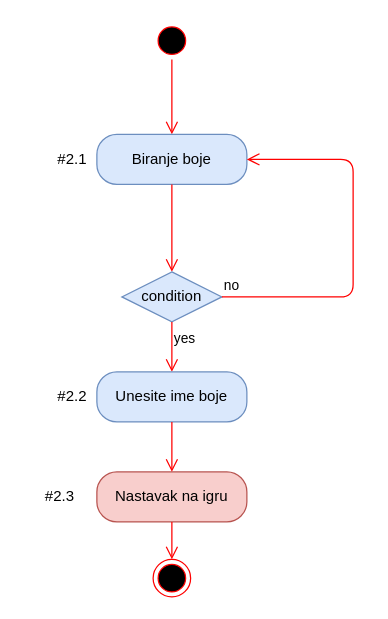
andjelapehar/Covjece-ne-ljuti-se keeps this draw.io diagram as page "Activity: Odabir boje" (4 of 6) of dijagram.drawio. Above is the earlier version. Source tidied: cells renumbered, new cells numbered last; positions are measured from the earlier drawing's top-left corner, leaving out a move shared by most shapes. Both pictures are drawn from the tidied source at 125%, with x=0, y=0 at pixel (34, 21).
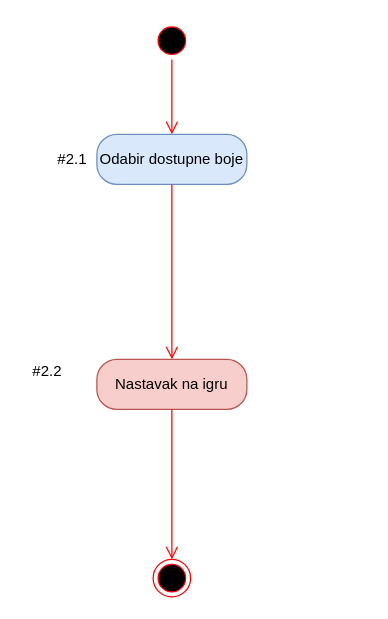
The same diagram, later.

Change to the diagram source:
```diff
@@
-    <mxCell id="4" value="Biranje boje" style="rounded=1;whiteSpace=wrap;html=1;arcSize=40;fillColor=#dae8fc;strokeColor=#6c8ebf;" parent="1" vertex="1">
+    <mxCell id="4" value="Odabir dostupne boje" style="rounded=1;whiteSpace=wrap;html=1;arcSize=40;fillColor=#dae8fc;strokeColor=#6c8ebf;" parent="1" vertex="1">
       <mxGeometry x="50" y="90" width="120" height="40" as="geometry" />
     </mxCell>
-    <mxCell id="5" style="edgeStyle=orthogonalEdgeStyle;html=1;verticalAlign=bottom;endArrow=open;endSize=8;strokeColor=#ff0000;" parent="1" edge="1" source="4">
-      <mxGeometry relative="1" as="geometry">
-        <mxPoint x="110" y="200" as="targetPoint" />
-      </mxGeometry>
+    <mxCell id="5" style="edgeStyle=orthogonalEdgeStyle;html=1;verticalAlign=bottom;endArrow=open;endSize=8;strokeColor=#ff0000;entryX=0.5;entryY=0;entryDx=0;entryDy=0;" parent="1" edge="1" source="4" target="9">
+      <mxGeometry relative="1" as="geometry" />
     </mxCell>
-    <mxCell id="6" value="condition" style="rhombus;whiteSpace=wrap;html=1;fillColor=#dae8fc;strokeColor=#6c8ebf;" parent="1" vertex="1">
-      <mxGeometry x="70" y="200" width="80" height="40" as="geometry" />
-    </mxCell>
-    <mxCell id="7" value="no" style="edgeStyle=orthogonalEdgeStyle;html=1;align=left;verticalAlign=bottom;endArrow=open;endSize=8;strokeColor=#ff0000;entryX=1;entryY=0.5;entryDx=0;entryDy=0;" parent="1" edge="1" source="6" target="4">
-      <mxGeometry x="-1" relative="1" as="geometry">
-        <Array as="points">
-          <mxPoint x="255" y="220" />
-          <mxPoint x="255" y="110" />
-        </Array>
-      </mxGeometry>
-    </mxCell>
-    <mxCell id="8" value="yes" style="edgeStyle=orthogonalEdgeStyle;html=1;align=left;verticalAlign=top;endArrow=open;endSize=8;strokeColor=#ff0000;" parent="1" edge="1" source="6">
-      <mxGeometry x="-1" relative="1" as="geometry">
-        <mxPoint x="110" y="280" as="targetPoint" />
-        <Array as="points">
-          <mxPoint x="110" y="270" />
-        </Array>
-      </mxGeometry>
-    </mxCell>
     <mxCell id="9" value="Nastavak na igru" style="rounded=1;whiteSpace=wrap;html=1;arcSize=40;fillColor=#f8cecc;strokeColor=#b85450;" parent="1" vertex="1">
-      <mxGeometry x="50" y="360" width="120" height="40" as="geometry" />
+      <mxGeometry x="50" y="270" width="120" height="40" as="geometry" />
     </mxCell>
@@
-    <mxCell id="12" value="Unesite ime boje" style="rounded=1;whiteSpace=wrap;html=1;arcSize=40;fillColor=#dae8fc;strokeColor=#6c8ebf;" parent="1" vertex="1">
-      <mxGeometry x="50" y="280" width="120" height="40" as="geometry" />
-    </mxCell>
-    <mxCell id="13" style="edgeStyle=orthogonalEdgeStyle;html=1;verticalAlign=bottom;endArrow=open;endSize=8;strokeColor=#ff0000;" parent="1" edge="1" source="12" target="9">
-      <mxGeometry relative="1" as="geometry" />
-    </mxCell>
@@
     <mxCell id="15" value="#2.2" style="text;html=1;align=center;verticalAlign=middle;" parent="1" vertex="1">
-      <mxGeometry x="10" y="290" width="40" height="20" as="geometry" />
+      <mxGeometry x="-10" y="270" width="40" height="20" as="geometry" />
     </mxCell>
-    <mxCell id="16" value="#2.3" style="text;html=1;align=center;verticalAlign=middle;" parent="1" vertex="1">
-      <mxGeometry y="370" width="40" height="20" as="geometry" />
-    </mxCell>
```
